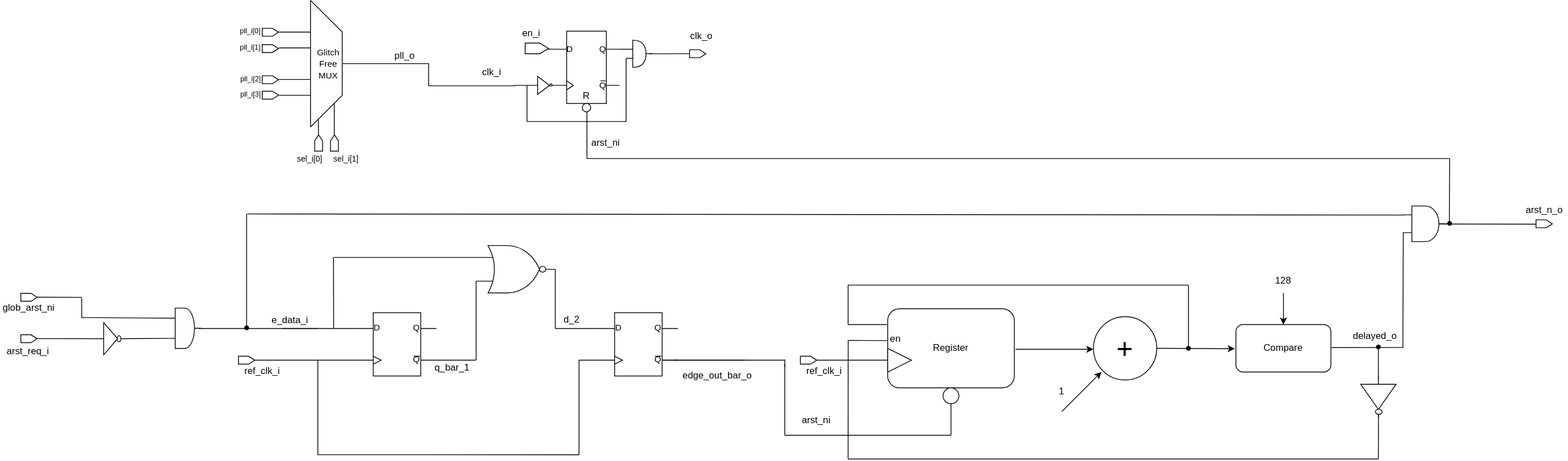
Before: docs/Microarchitecture_CRG.svg, a diagram exported from draw.io (foez-ahmed-dsi/CRG_20240212). Source tidied: cells renumbered, new cells last; positions are measured from the earlier drawing's top-left corner, leaving out a move shared by most shapes.
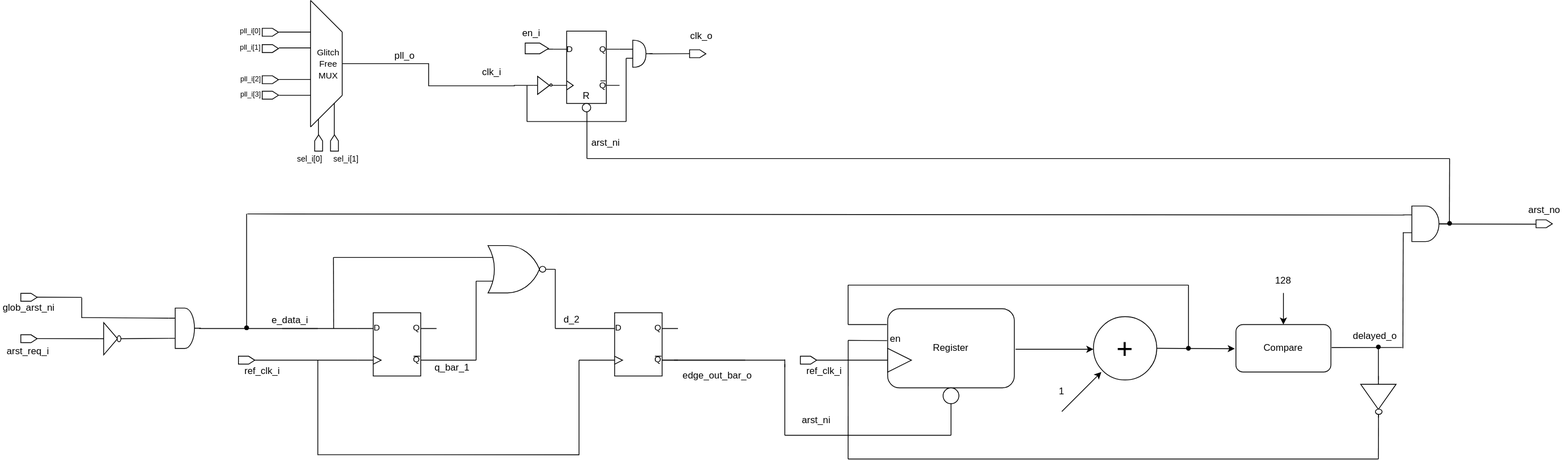
After the change.

Change to the diagram source:
```diff
@@ -43,7 +43,7 @@
     <mxCell id="9" style="shape=offPageConnector;whiteSpace=wrap;html=1;rotation=-90;" parent="2" vertex="1">
       <mxGeometry x="1940.2" y="272.2" width="10" height="20.6" as="geometry" />
     </mxCell>
-    <mxCell id="10" value="arst_n_o" style="text;html=1;strokeColor=none;fillColor=none;align=center;verticalAlign=middle;whiteSpace=wrap;rounded=0;" parent="2" vertex="1">
+    <mxCell id="10" value="arst_no" style="text;html=1;strokeColor=none;fillColor=none;align=center;verticalAlign=middle;whiteSpace=wrap;rounded=0;" parent="2" vertex="1">
       <mxGeometry x="1915.7" y="250" width="60" height="30" as="geometry" />
     </mxCell>
     <mxCell id="11" style="shape=waypoint;sketch=0;size=6;fillColor=none;perimeter=centerPerimeter;" parent="2" vertex="1">
```
